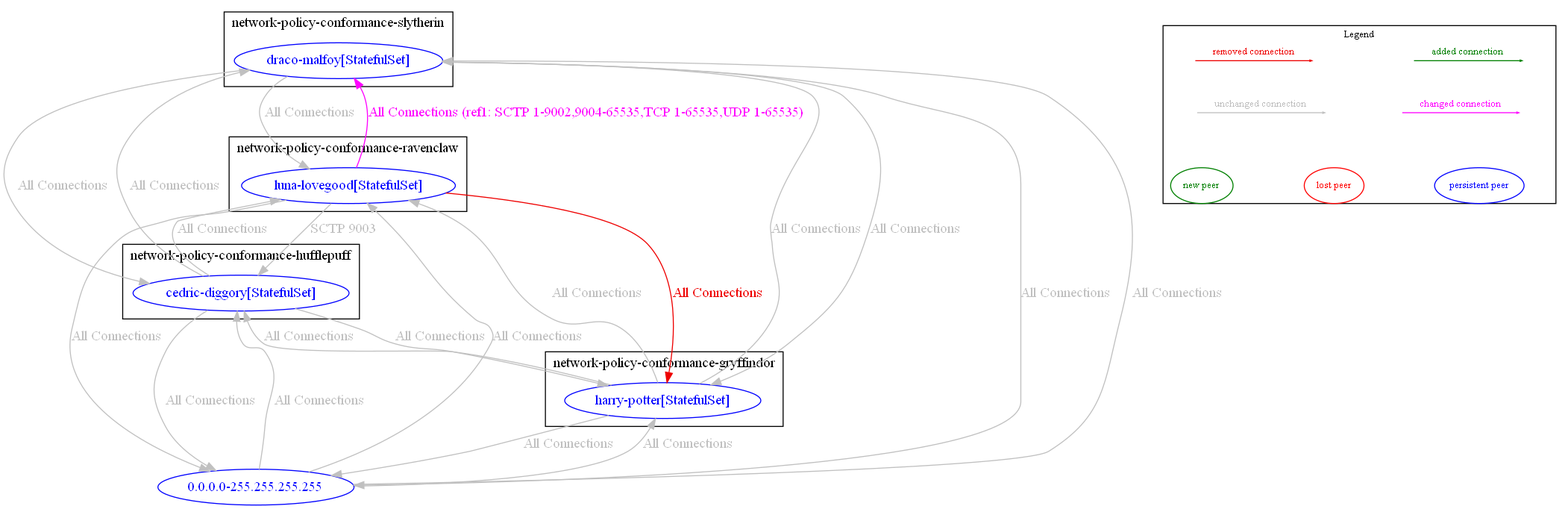
Earlier version of the Graphviz export test_outputs/diff/diff_between_anp_test_12_swapping_rules_and_anp_test_12.dot.png (np-guard/netpol-analyzer). Its source is kept beside it as test_outputs/diff/diff_between_anp_test_12_swapping_rules_and_anp_test_12.dot.
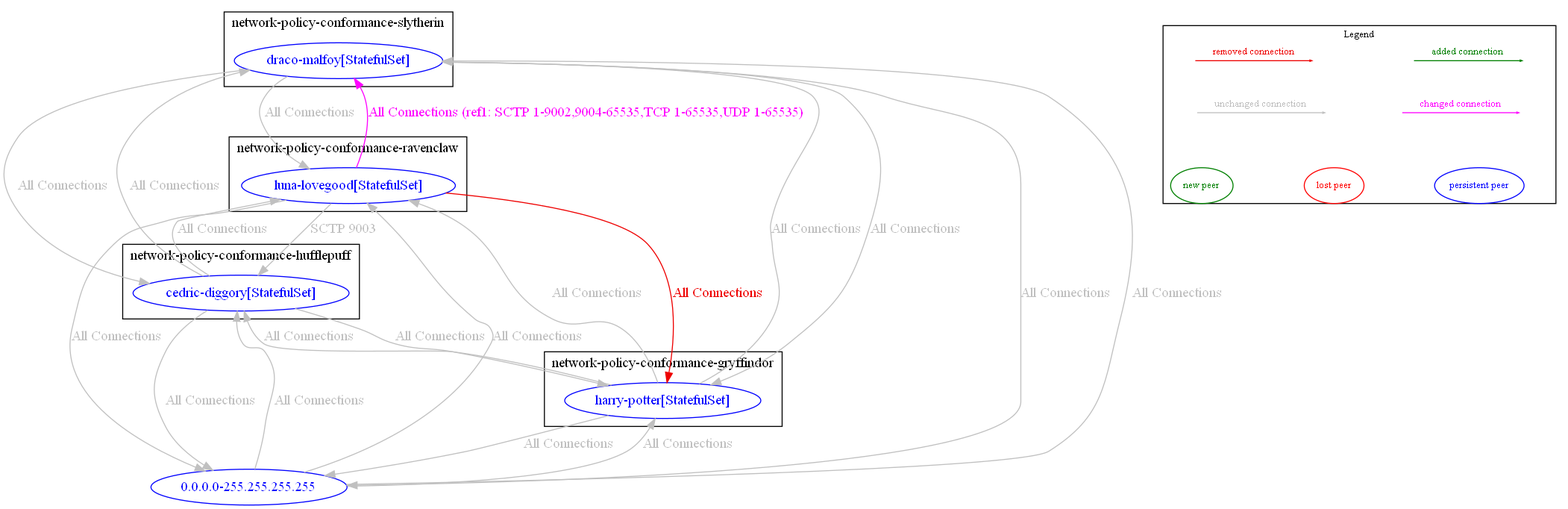
Later version of the same file.

The edit, as a diff of the source:
```diff
@@ -1,17 +1,25 @@
 digraph {
-	subgraph cluster_network_policy_conformance_gryffindor {
+	subgraph "cluster_network_policy_conformance_gryffindor" {
+		color="black"
+		fontcolor="black"
 		"network-policy-conformance-gryffindor/harry-potter[StatefulSet]" [label="harry-potter[StatefulSet]" color="blue" fontcolor="blue"]
 		label="network-policy-conformance-gryffindor"
 	}
-	subgraph cluster_network_policy_conformance_hufflepuff {
+	subgraph "cluster_network_policy_conformance_hufflepuff" {
+		color="black"
+		fontcolor="black"
 		"network-policy-conformance-hufflepuff/cedric-diggory[StatefulSet]" [label="cedric-diggory[StatefulSet]" color="blue" fontcolor="blue"]
 		label="network-policy-conformance-hufflepuff"
 	}
-	subgraph cluster_network_policy_conformance_ravenclaw {
+	subgraph "cluster_network_policy_conformance_ravenclaw" {
+		color="black"
+		fontcolor="black"
 		"network-policy-conformance-ravenclaw/luna-lovegood[StatefulSet]" [label="luna-lovegood[StatefulSet]" color="blue" fontcolor="blue"]
 		label="network-policy-conformance-ravenclaw"
 	}
-	subgraph cluster_network_policy_conformance_slytherin {
+	subgraph "cluster_network_policy_conformance_slytherin" {
+		color="black"
+		fontcolor="black"
 		"network-policy-conformance-slytherin/draco-malfoy[StatefulSet]" [label="draco-malfoy[StatefulSet]" color="blue" fontcolor="blue"]
 		label="network-policy-conformance-slytherin"
 	}
```
